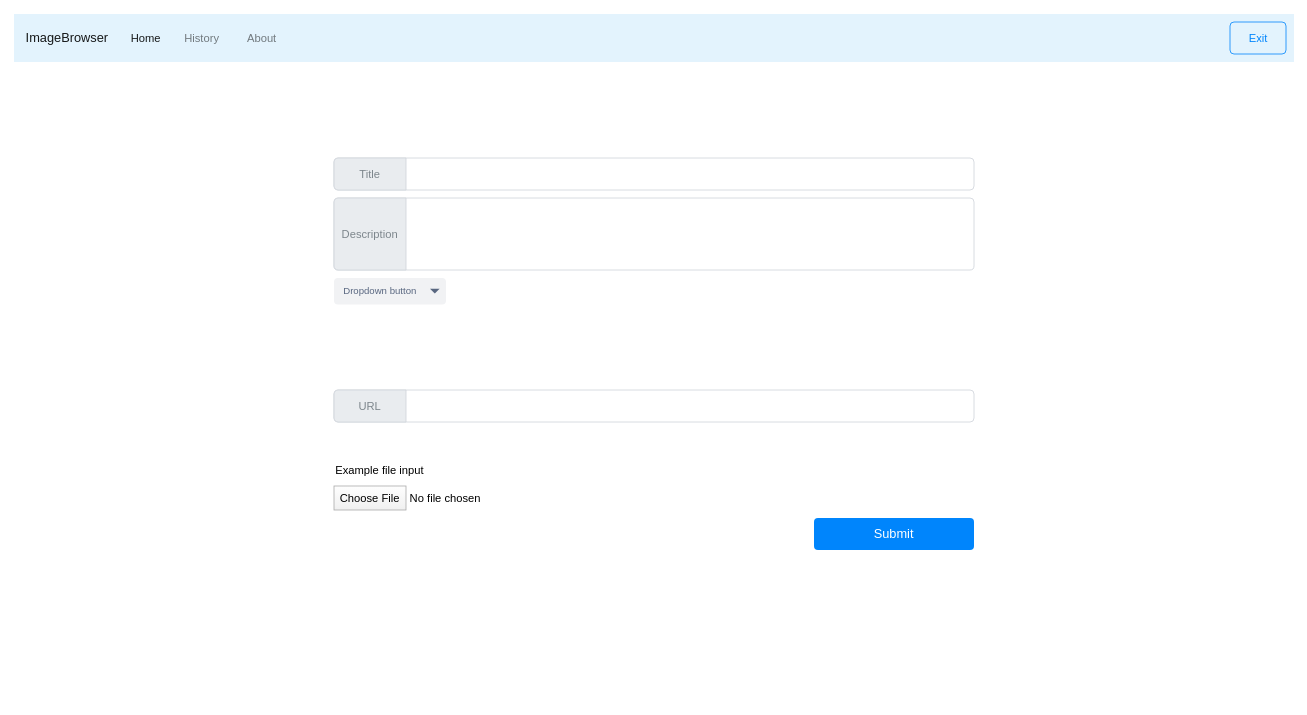
The draw.io diagram page "Upload Page" (4 of 5) of doc/design.drawio in xuan25/COM3504-Realtime-Chatting-Drawing-Assignment, before the edit. Source tidied: cells renumbered, new cells numbered last; positions are measured from the earlier drawing's top-left corner, leaving out a move shared by most shapes. Both pictures are drawn from the tidied source at 80%, with x=0, y=0 at pixel (14, 14).
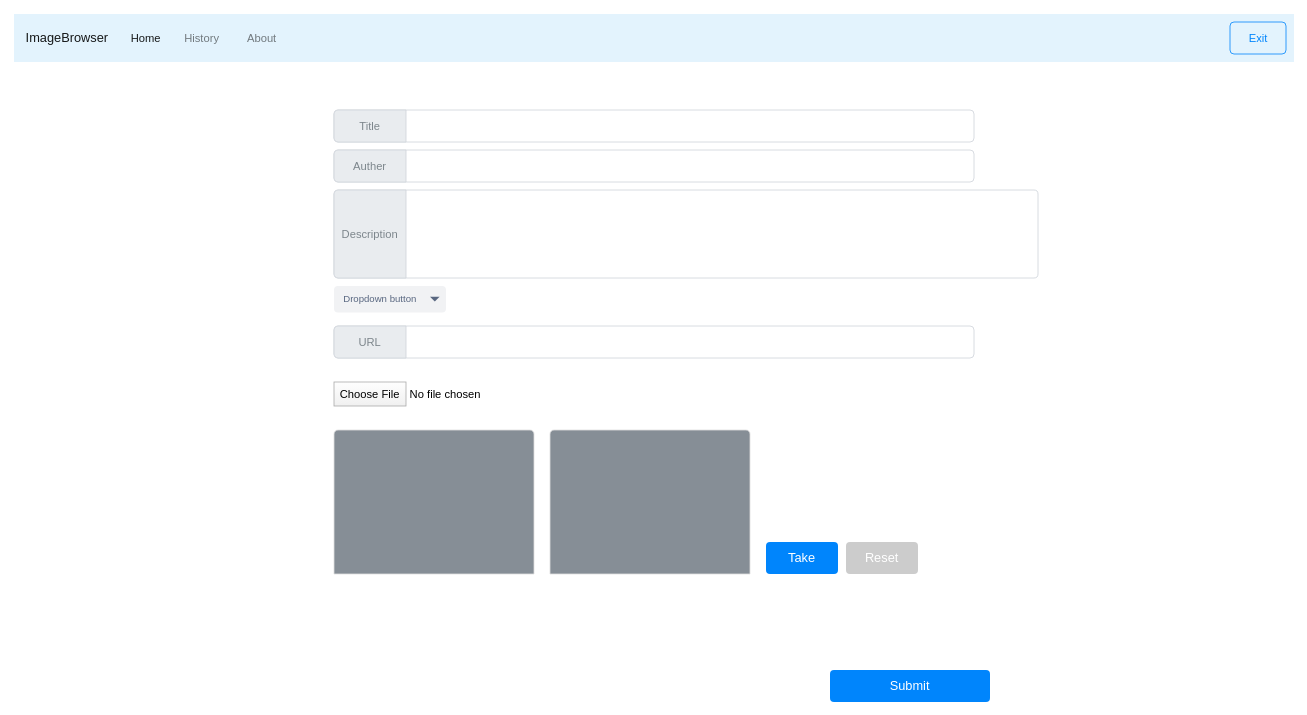
Above is the later version.

The edit, as a diff of the source:
```diff
@@
     <mxCell id="7" style="html=1;shadow=0;dashed=0;shape=mxgraph.bootstrap.rrect;rSize=5;strokeColor=#CED4DA;html=1;whiteSpace=wrap;fillColor=#FFFFFF;fontColor=#7D868C;align=left;spacing=15;spacingLeft=40;fontSize=14;" parent="1" vertex="1">
-      <mxGeometry x="400" y="180" width="800" height="40" as="geometry" />
+      <mxGeometry x="400" y="120" width="800" height="40" as="geometry" />
     </mxCell>
@@
-    <mxCell id="9" value="Example file input" style="fillColor=none;strokeColor=none;align=left;fontSize=14;" parent="1" vertex="1">
-      <mxGeometry x="400" y="550" width="150" height="40" as="geometry" />
-    </mxCell>
     <mxCell id="10" value="Choose File" style="fillColor=#FEFEFE;strokeColor=#AAAAAA;fontSize=14;gradientColor=#F0F0F0;" parent="1" vertex="1">
-      <mxGeometry x="400" y="590" width="90" height="30" as="geometry" />
+      <mxGeometry x="400" y="460" width="90" height="30" as="geometry" />
     </mxCell>
     <mxCell id="11" value="No file chosen" style="fillColor=none;strokeColor=none;align=left;fontSize=14;spacing=5;" parent="1" vertex="1">
-      <mxGeometry x="490" y="590" width="100" height="30" as="geometry" />
+      <mxGeometry x="490" y="460" width="100" height="30" as="geometry" />
     </mxCell>
     <mxCell id="12" style="html=1;shadow=0;dashed=0;shape=mxgraph.bootstrap.rrect;rSize=5;strokeColor=#CED4DA;html=1;whiteSpace=wrap;fillColor=#FFFFFF;fontColor=#7D868C;align=left;spacing=15;spacingLeft=40;fontSize=14;" parent="1" vertex="1">
-      <mxGeometry x="400" y="230" width="800" height="90" as="geometry" />
+      <mxGeometry x="400" y="220" width="880" height="110" as="geometry" />
     </mxCell>
     <mxCell id="13" value="Description" style="html=1;shadow=0;dashed=0;shape=mxgraph.bootstrap.leftButton;strokeColor=inherit;gradientColor=inherit;fontColor=inherit;fillColor=#E9ECEF;rSize=5;perimeter=none;whiteSpace=wrap;fontSize=14;" parent="12" vertex="1">
-      <mxGeometry width="90" height="90" as="geometry" />
+      <mxGeometry width="90" height="110" as="geometry" />
     </mxCell>
     <mxCell id="14" value="Dropdown button" style="rounded=1;fillColor=#F1F2F4;strokeColor=none;html=1;fontColor=#596780;align=left;fontSize=12;spacingLeft=10;" parent="1" vertex="1">
-      <mxGeometry x="400" y="330" width="140" height="33" as="geometry" />
+      <mxGeometry x="400" y="340" width="140" height="33" as="geometry" />
     </mxCell>
@@
     <mxCell id="16" style="html=1;shadow=0;dashed=0;shape=mxgraph.bootstrap.rrect;rSize=5;strokeColor=#CED4DA;html=1;whiteSpace=wrap;fillColor=#FFFFFF;fontColor=#7D868C;align=left;spacing=15;spacingLeft=40;fontSize=14;" parent="1" vertex="1">
-      <mxGeometry x="400" y="470" width="800" height="40" as="geometry" />
+      <mxGeometry x="400" y="390" width="800" height="40" as="geometry" />
     </mxCell>
@@
     <mxCell id="18" value="Submit" style="html=1;shadow=0;dashed=0;shape=mxgraph.bootstrap.rrect;rSize=5;strokeColor=none;strokeWidth=1;fillColor=#0085FC;fontColor=#FFFFFF;whiteSpace=wrap;align=center;verticalAlign=middle;spacingLeft=0;fontStyle=0;fontSize=16;spacing=5;" parent="1" vertex="1">
-      <mxGeometry x="1000" y="630" width="200" height="40" as="geometry" />
+      <mxGeometry x="1020" y="820" width="200" height="40" as="geometry" />
     </mxCell>
+    <mxCell id="19" style="html=1;shadow=0;dashed=0;shape=mxgraph.bootstrap.rrect;rSize=5;strokeColor=#CED4DA;html=1;whiteSpace=wrap;fillColor=#FFFFFF;fontColor=#7D868C;align=left;spacing=15;spacingLeft=40;fontSize=14;" parent="1" vertex="1">
+      <mxGeometry x="400" y="170" width="800" height="40" as="geometry" />
+    </mxCell>
+    <mxCell id="20" value="Auther" style="html=1;shadow=0;dashed=0;shape=mxgraph.bootstrap.leftButton;strokeColor=inherit;gradientColor=inherit;fontColor=inherit;fillColor=#E9ECEF;rSize=5;perimeter=none;whiteSpace=wrap;fontSize=14;" parent="19" vertex="1">
+      <mxGeometry width="90" height="40" as="geometry" />
+    </mxCell>
+    <mxCell id="21" style="html=1;shadow=0;dashed=0;shape=mxgraph.bootstrap.topButton;rSize=5;perimeter=none;whiteSpace=wrap;fillColor=#868E96;strokeColor=#DFDFDF;fontColor=#DEE2E6;fontSize=18;" parent="1" vertex="1">
+      <mxGeometry x="400" y="520" width="250" height="180" as="geometry">
+        <mxPoint x="-70" y="-120" as="offset" />
+      </mxGeometry>
+    </mxCell>
+    <mxCell id="22" style="html=1;shadow=0;dashed=0;shape=mxgraph.bootstrap.topButton;rSize=5;perimeter=none;whiteSpace=wrap;fillColor=#868E96;strokeColor=#DFDFDF;fontColor=#DEE2E6;fontSize=18;" parent="1" vertex="1">
+      <mxGeometry x="670" y="520" width="250" height="180" as="geometry">
+        <mxPoint x="-70" y="-120" as="offset" />
+      </mxGeometry>
+    </mxCell>
+    <mxCell id="23" value="Take" style="html=1;shadow=0;dashed=0;shape=mxgraph.bootstrap.rrect;rSize=5;strokeColor=none;strokeWidth=1;fillColor=#0085FC;fontColor=#FFFFFF;whiteSpace=wrap;align=center;verticalAlign=middle;spacingLeft=0;fontStyle=0;fontSize=16;spacing=5;" parent="1" vertex="1">
+      <mxGeometry x="940" y="660" width="90" height="40" as="geometry" />
+    </mxCell>
+    <mxCell id="24" value="Reset" style="html=1;shadow=0;dashed=0;shape=mxgraph.bootstrap.rrect;rSize=5;strokeColor=none;strokeWidth=1;fontColor=#FFFFFF;whiteSpace=wrap;align=center;verticalAlign=middle;spacingLeft=0;fontStyle=0;fontSize=16;spacing=5;fillColor=#CCCCCC;" parent="1" vertex="1">
+      <mxGeometry x="1040" y="660" width="90" height="40" as="geometry" />
+    </mxCell>
```
